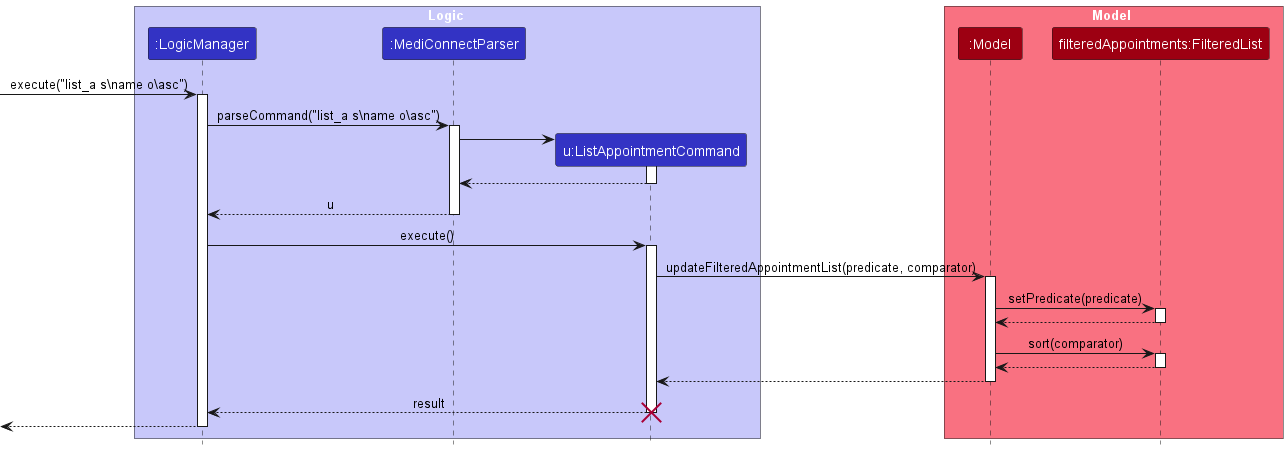
Earlier version of the PlantUML export docs/images/SortSequenceDiagram.png (yanghengtang/tp).
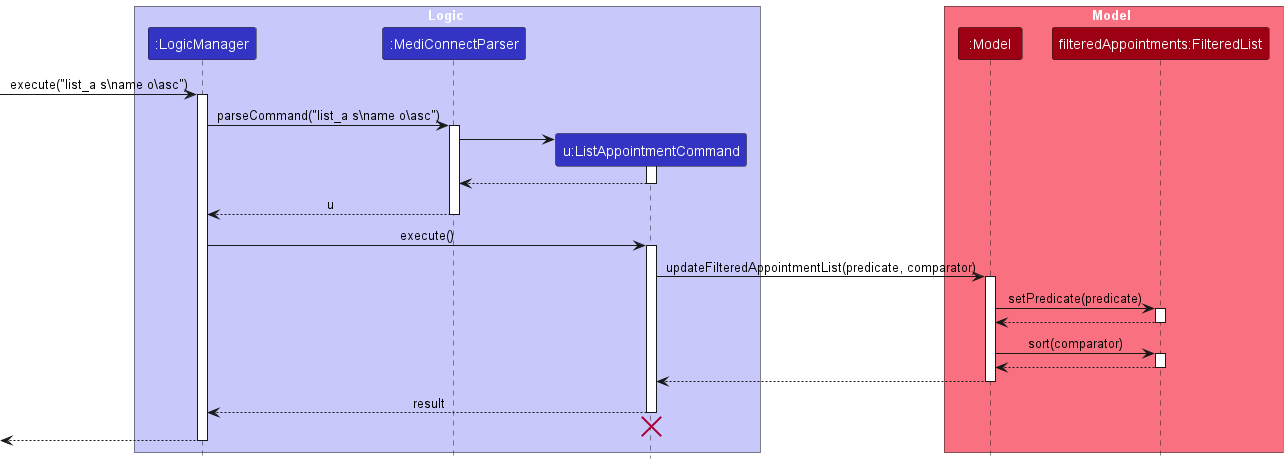
The same diagram one commit later.

Diff of the diagram source:
```diff
@@ -52,6 +52,8 @@
 
 ListAppointmentCommand --> LogicManager : result
 deactivate ListAppointmentCommand
+
+ListAppointmentCommand -[hidden]-> LogicManager
 destroy ListAppointmentCommand
 
 [<-- LogicManager
```
